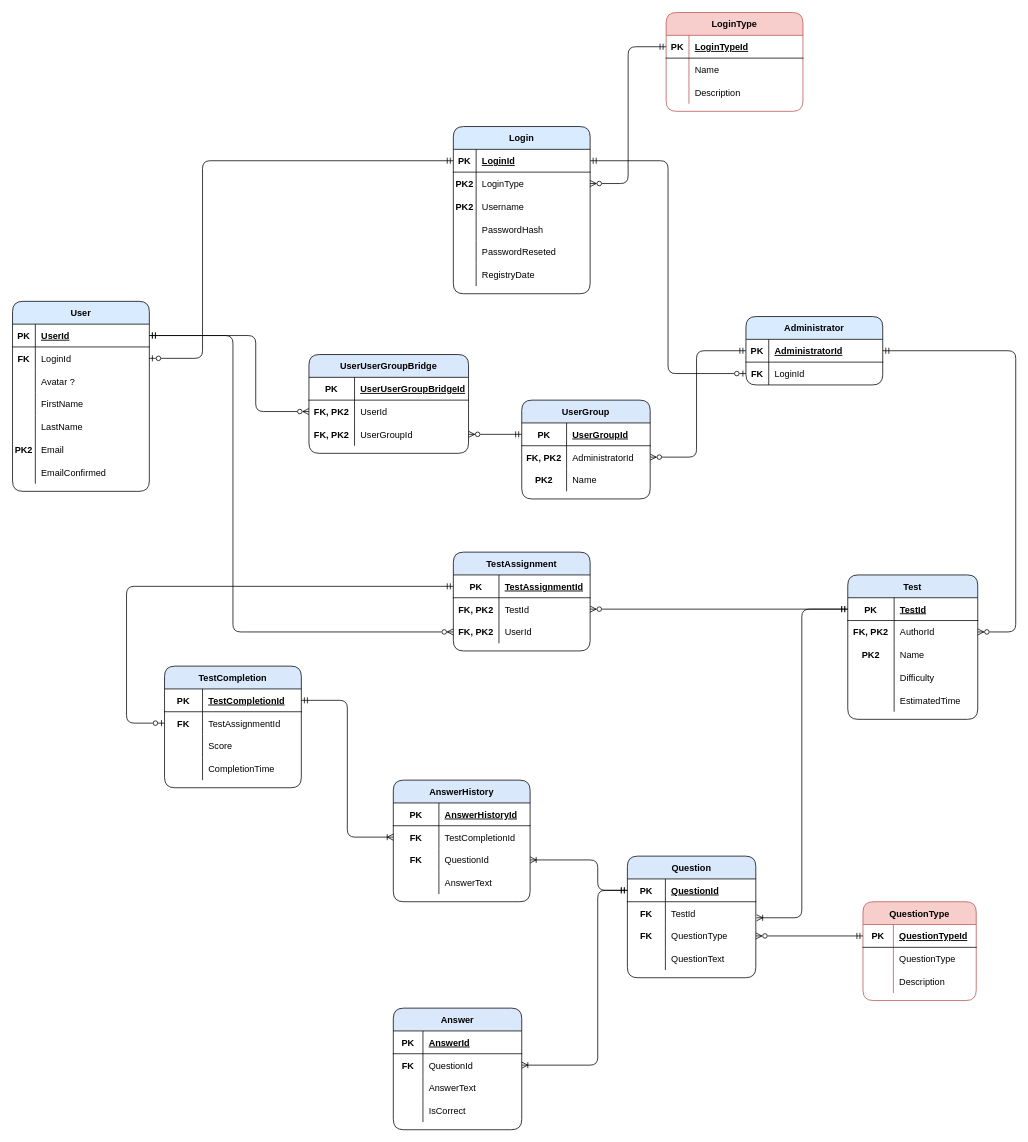
Earlier version of the draw.io diagram Diagrams/TestPointERD.drawio (denleo/TestPoint). Source tidied: cells renumbered, new cells numbered last; positions are measured from the earlier drawing's top-left corner, leaving out a move shared by most shapes. Both pictures are drawn from the tidied source at 76%, with x=0, y=0 at pixel (12, 12).
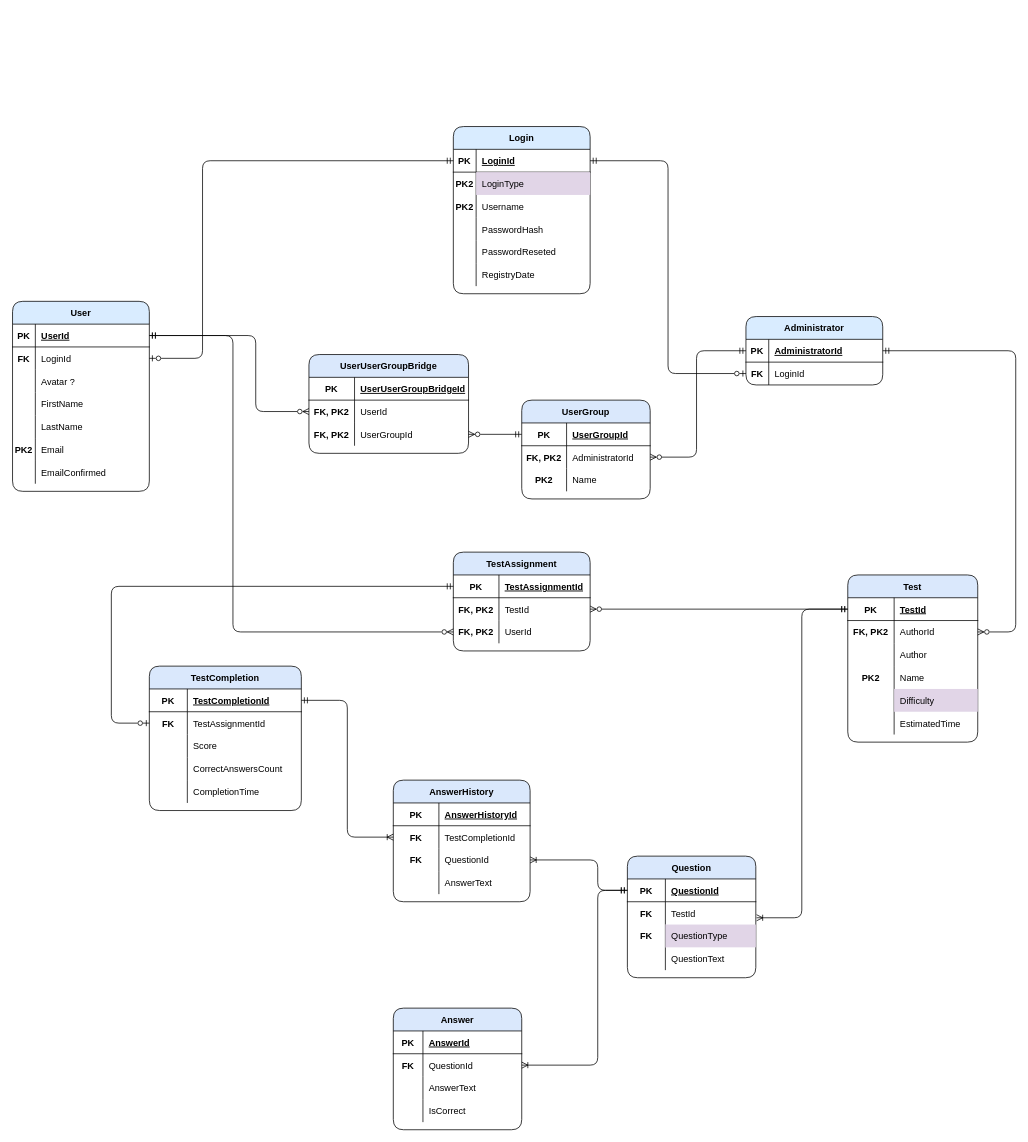
The same page after the edit.

The change refers to these unchanged cells:
```xml
<mxCell id="6" style="shape=tableRow;horizontal=0;startSize=0;swimlaneHead=0;swimlaneBody=0;fillColor=none;points=[[0,0.5],[1,0.5]];portConstraint=eastwest;top=0;left=0;right=0;bottom=0;" parent="2" vertex="1">
  <mxGeometry y="60" width="180" height="30" as="geometry" />
</mxCell>
<mxCell id="110" style="shape=tableRow;horizontal=0;startSize=0;swimlaneHead=0;swimlaneBody=0;fillColor=none;points=[[0,0.5],[1,0.5]];portConstraint=eastwest;top=0;left=0;right=0;bottom=0;" parent="103" vertex="1">
  <mxGeometry y="90" width="169" height="30" as="geometry" />
</mxCell>
<mxCell id="143" style="shape=tableRow;horizontal=0;startSize=0;swimlaneHead=0;swimlaneBody=0;fillColor=none;points=[[0,0.5],[1,0.5]];portConstraint=eastwest;top=0;left=0;right=0;bottom=1;" parent="142" vertex="1">
  <mxGeometry y="30" width="180" height="30" as="geometry" />
</mxCell>
```

What changed in the source:
```diff
@@
-    <mxCell id="8" value="LoginType" style="shape=partialRectangle;fillColor=none;top=0;left=0;bottom=0;right=0;align=left;spacingLeft=6;overflow=hidden;" parent="6" vertex="1">
+    <mxCell id="8" value="LoginType" style="shape=partialRectangle;fillColor=#e1d5e7;top=0;left=0;bottom=0;right=0;align=left;spacingLeft=6;overflow=hidden;strokeColor=#9673a6;" parent="6" vertex="1">
       <mxGeometry x="30" width="150" height="30" as="geometry" />
     </mxCell>
@@
-    <mxCell id="75" value="LoginType" style="shape=table;startSize=30;childLayout=tableLayout;rowLines=0;fontStyle=1;align=center;fillStyle=solid;fillColor=#f8cecc;rounded=1;strokeColor=#b85450;" parent="1" vertex="1">
-      <mxGeometry x="860" width="180" height="130" as="geometry" />
-    </mxCell>
-    <mxCell id="76" style="shape=tableRow;horizontal=0;startSize=0;swimlaneHead=0;swimlaneBody=0;fillColor=none;points=[[0,0.5],[1,0.5]];portConstraint=eastwest;top=0;left=0;right=0;bottom=1;" parent="75" vertex="1">
-      <mxGeometry y="30" width="180" height="30" as="geometry" />
-    </mxCell>
-    <mxCell id="77" value="PK" style="shape=partialRectangle;fillColor=none;top=0;left=0;bottom=0;right=0;fontStyle=1;overflow=hidden;" parent="76" vertex="1">
-      <mxGeometry width="30" height="30" as="geometry" />
-    </mxCell>
-    <mxCell id="78" value="LoginTypeId" style="shape=partialRectangle;fillColor=none;top=0;left=0;bottom=0;right=0;align=left;spacingLeft=6;fontStyle=5;overflow=hidden;" parent="76" vertex="1">
-      <mxGeometry x="30" width="150" height="30" as="geometry" />
-    </mxCell>
-    <mxCell id="79" style="shape=tableRow;horizontal=0;startSize=0;swimlaneHead=0;swimlaneBody=0;fillColor=none;top=0;left=0;right=0;bottom=0;" parent="75" vertex="1">
-      <mxGeometry y="60" width="180" height="30" as="geometry" />
-    </mxCell>
-    <mxCell id="80" style="shape=partialRectangle;fillColor=none;top=0;left=0;bottom=0;right=0;overflow=hidden;fontStyle=1;" parent="79" vertex="1">
-      <mxGeometry width="30" height="30" as="geometry" />
-    </mxCell>
-    <mxCell id="81" value="Name" style="shape=partialRectangle;fillColor=none;top=0;left=0;bottom=0;right=0;align=left;spacingLeft=6;overflow=hidden;" parent="79" vertex="1">
-      <mxGeometry x="30" width="150" height="30" as="geometry" />
-    </mxCell>
-    <mxCell id="82" style="shape=tableRow;horizontal=0;startSize=0;swimlaneHead=0;swimlaneBody=0;fillColor=none;top=0;left=0;right=0;bottom=0;" parent="75" vertex="1">
-      <mxGeometry y="90" width="180" height="30" as="geometry" />
-    </mxCell>
-    <mxCell id="83" style="shape=partialRectangle;fillColor=none;top=0;left=0;bottom=0;right=0;overflow=hidden;fontStyle=1;" parent="82" vertex="1">
-      <mxGeometry width="30" height="30" as="geometry" />
-    </mxCell>
-    <mxCell id="84" value="Description" style="shape=partialRectangle;fillColor=none;top=0;left=0;bottom=0;right=0;align=left;spacingLeft=6;overflow=hidden;" parent="82" vertex="1">
-      <mxGeometry x="30" width="150" height="30" as="geometry" />
-    </mxCell>
-    <mxCell id="85" style="edgeStyle=orthogonalEdgeStyle;fontSize=12;html=1;endArrow=ERmandOne;startArrow=ERzeroToMany;rounded=1;exitX=1;exitY=0.5;exitDx=0;exitDy=0;entryX=0;entryY=0.5;entryDx=0;entryDy=0;elbow=vertical;endFill=0;startFill=0;" parent="1" edge="1" source="6" target="76">
-      <mxGeometry relative="1" as="geometry" />
-    </mxCell>
     <mxCell id="86" value="Test" style="shape=table;startSize=30;childLayout=tableLayout;rowLines=0;fontStyle=1;align=center;fillStyle=solid;fillColor=#dae8fc;rounded=1;strokeColor=#000000;" parent="1" vertex="1">
-      <mxGeometry x="1099" y="740" width="171" height="190" as="geometry" />
+      <mxGeometry x="1099" y="740" width="171" height="220" as="geometry" />
     </mxCell>
@@
+    <mxCell id="183" style="shape=tableRow;horizontal=0;startSize=0;swimlaneHead=0;swimlaneBody=0;fillColor=none;top=0;left=0;right=0;bottom=0;" parent="86" vertex="1">
+      <mxGeometry y="90" width="171" height="30" as="geometry" />
+    </mxCell>
+    <mxCell id="184" style="shape=partialRectangle;fillColor=none;top=0;left=0;bottom=0;right=0;overflow=hidden;fontStyle=1;" parent="183" vertex="1">
+      <mxGeometry width="61" height="30" as="geometry" />
+    </mxCell>
+    <mxCell id="185" value="Author" style="shape=partialRectangle;fillColor=none;top=0;left=0;bottom=0;right=0;align=left;spacingLeft=6;overflow=hidden;" parent="183" vertex="1">
+      <mxGeometry x="61" width="110" height="30" as="geometry" />
+    </mxCell>
     <mxCell id="93" style="shape=tableRow;horizontal=0;startSize=0;swimlaneHead=0;swimlaneBody=0;fillColor=none;top=0;left=0;right=0;bottom=0;" parent="86" vertex="1">
-      <mxGeometry y="90" width="171" height="30" as="geometry" />
+      <mxGeometry y="120" width="171" height="30" as="geometry" />
     </mxCell>
@@
     <mxCell id="96" style="shape=tableRow;horizontal=0;startSize=0;swimlaneHead=0;swimlaneBody=0;fillColor=none;top=0;left=0;right=0;bottom=0;" parent="86" vertex="1">
-      <mxGeometry y="120" width="171" height="30" as="geometry" />
+      <mxGeometry y="150" width="171" height="30" as="geometry" />
     </mxCell>
@@
-    <mxCell id="98" value="Difficulty" style="shape=partialRectangle;fillColor=none;top=0;left=0;bottom=0;right=0;align=left;spacingLeft=6;overflow=hidden;" parent="96" vertex="1">
+    <mxCell id="98" value="Difficulty" style="shape=partialRectangle;fillColor=#e1d5e7;top=0;left=0;bottom=0;right=0;align=left;spacingLeft=6;overflow=hidden;strokeColor=#9673a6;" parent="96" vertex="1">
       <mxGeometry x="61" width="110" height="30" as="geometry" />
     </mxCell>
     <mxCell id="99" style="shape=tableRow;horizontal=0;startSize=0;swimlaneHead=0;swimlaneBody=0;fillColor=none;top=0;left=0;right=0;bottom=0;" parent="86" vertex="1">
-      <mxGeometry y="150" width="171" height="30" as="geometry" />
+      <mxGeometry y="180" width="171" height="30" as="geometry" />
     </mxCell>
@@
-    <mxCell id="112" value="QuestionType" style="shape=partialRectangle;fillColor=none;top=0;left=0;bottom=0;right=0;align=left;spacingLeft=6;overflow=hidden;" parent="110" vertex="1">
+    <mxCell id="112" value="QuestionType" style="shape=partialRectangle;fillColor=#e1d5e7;top=0;left=0;bottom=0;right=0;align=left;spacingLeft=6;overflow=hidden;strokeColor=#9673a6;" parent="110" vertex="1">
       <mxGeometry x="50" width="119" height="30" as="geometry" />
     </mxCell>
@@
-    <mxCell id="117" value="QuestionType" style="shape=table;startSize=30;childLayout=tableLayout;rowLines=0;fontStyle=1;align=center;fillStyle=solid;fillColor=#f8cecc;rounded=1;strokeColor=#b85450;" parent="1" vertex="1">
-      <mxGeometry x="1119" y="1170" width="149" height="130" as="geometry" />
-    </mxCell>
-    <mxCell id="118" style="shape=tableRow;horizontal=0;startSize=0;swimlaneHead=0;swimlaneBody=0;fillColor=none;points=[[0,0.5],[1,0.5]];portConstraint=eastwest;top=0;left=0;right=0;bottom=1;" parent="117" vertex="1">
-      <mxGeometry y="30" width="149" height="30" as="geometry" />
-    </mxCell>
-    <mxCell id="119" value="PK" style="shape=partialRectangle;fillColor=none;top=0;left=0;bottom=0;right=0;fontStyle=1;overflow=hidden;" parent="118" vertex="1">
-      <mxGeometry width="40" height="30" as="geometry" />
-    </mxCell>
-    <mxCell id="120" value="QuestionTypeId" style="shape=partialRectangle;fillColor=none;top=0;left=0;bottom=0;right=0;align=left;spacingLeft=6;fontStyle=5;overflow=hidden;" parent="118" vertex="1">
-      <mxGeometry x="40" width="109" height="30" as="geometry" />
-    </mxCell>
-    <mxCell id="121" style="shape=tableRow;horizontal=0;startSize=0;swimlaneHead=0;swimlaneBody=0;fillColor=none;top=0;left=0;right=0;bottom=0;" parent="117" vertex="1">
-      <mxGeometry y="60" width="149" height="30" as="geometry" />
-    </mxCell>
-    <mxCell id="122" style="shape=partialRectangle;fillColor=none;top=0;left=0;bottom=0;right=0;overflow=hidden;fontStyle=1;" parent="121" vertex="1">
-      <mxGeometry width="40" height="30" as="geometry" />
-    </mxCell>
-    <mxCell id="123" value="QuestionType" style="shape=partialRectangle;fillColor=none;top=0;left=0;bottom=0;right=0;align=left;spacingLeft=6;overflow=hidden;" parent="121" vertex="1">
-      <mxGeometry x="40" width="109" height="30" as="geometry" />
-    </mxCell>
-    <mxCell id="124" style="shape=tableRow;horizontal=0;startSize=0;swimlaneHead=0;swimlaneBody=0;fillColor=none;top=0;left=0;right=0;bottom=0;" parent="117" vertex="1">
-      <mxGeometry y="90" width="149" height="30" as="geometry" />
-    </mxCell>
-    <mxCell id="125" style="shape=partialRectangle;fillColor=none;top=0;left=0;bottom=0;right=0;overflow=hidden;fontStyle=1;" parent="124" vertex="1">
-      <mxGeometry width="40" height="30" as="geometry" />
-    </mxCell>
-    <mxCell id="126" value="Description" style="shape=partialRectangle;fillColor=none;top=0;left=0;bottom=0;right=0;align=left;spacingLeft=6;overflow=hidden;" parent="124" vertex="1">
-      <mxGeometry x="40" width="109" height="30" as="geometry" />
-    </mxCell>
-    <mxCell id="127" style="edgeStyle=orthogonalEdgeStyle;rounded=0;jettySize=auto;html=1;entryX=0;entryY=0.5;entryDx=0;entryDy=0;startArrow=ERzeroToMany;startFill=0;endArrow=ERmandOne;endFill=0;" parent="1" edge="1" source="110" target="118">
-      <mxGeometry relative="1" as="geometry" />
-    </mxCell>
@@
     <mxCell id="154" value="TestCompletion" style="shape=table;startSize=30;childLayout=tableLayout;rowLines=0;fontStyle=1;align=center;fillStyle=solid;fillColor=#dae8fc;rounded=1;strokeColor=#000000;" parent="1" vertex="1">
-      <mxGeometry x="200" y="860" width="180" height="160" as="geometry" />
+      <mxGeometry x="180" y="860" width="200" height="190" as="geometry" />
     </mxCell>
     <mxCell id="155" style="shape=tableRow;horizontal=0;startSize=0;swimlaneHead=0;swimlaneBody=0;fillColor=none;points=[[0,0.5],[1,0.5]];portConstraint=eastwest;top=0;left=0;right=0;bottom=1;" parent="154" vertex="1">
-      <mxGeometry y="30" width="180" height="30" as="geometry" />
+      <mxGeometry y="30" width="200" height="30" as="geometry" />
     </mxCell>
@@
     <mxCell id="157" value="TestCompletionId" style="shape=partialRectangle;fillColor=none;top=0;left=0;bottom=0;right=0;align=left;spacingLeft=6;fontStyle=5;overflow=hidden;" parent="155" vertex="1">
-      <mxGeometry x="50" width="130" height="30" as="geometry" />
+      <mxGeometry x="50" width="150" height="30" as="geometry" />
     </mxCell>
     <mxCell id="158" style="shape=tableRow;horizontal=0;startSize=0;swimlaneHead=0;swimlaneBody=0;fillColor=none;points=[[0,0.5],[1,0.5]];portConstraint=eastwest;top=0;left=0;right=0;bottom=0;" parent="154" vertex="1">
-      <mxGeometry y="60" width="180" height="30" as="geometry" />
+      <mxGeometry y="60" width="200" height="30" as="geometry" />
     </mxCell>
@@
     <mxCell id="160" value="TestAssignmentId" style="shape=partialRectangle;fillColor=none;top=0;left=0;bottom=0;right=0;align=left;spacingLeft=6;overflow=hidden;" parent="158" vertex="1">
-      <mxGeometry x="50" width="130" height="30" as="geometry" />
+      <mxGeometry x="50" width="150" height="30" as="geometry" />
     </mxCell>
     <mxCell id="161" style="shape=tableRow;horizontal=0;startSize=0;swimlaneHead=0;swimlaneBody=0;fillColor=none;top=0;left=0;right=0;bottom=0;" parent="154" vertex="1">
-      <mxGeometry y="90" width="180" height="30" as="geometry" />
+      <mxGeometry y="90" width="200" height="30" as="geometry" />
     </mxCell>
@@
     <mxCell id="163" value="Score" style="shape=partialRectangle;fillColor=none;top=0;left=0;bottom=0;right=0;align=left;spacingLeft=6;overflow=hidden;" parent="161" vertex="1">
-      <mxGeometry x="50" width="130" height="30" as="geometry" />
+      <mxGeometry x="50" width="150" height="30" as="geometry" />
     </mxCell>
+    <mxCell id="186" style="shape=tableRow;horizontal=0;startSize=0;swimlaneHead=0;swimlaneBody=0;fillColor=none;top=0;left=0;right=0;bottom=0;" parent="154" vertex="1">
+      <mxGeometry y="120" width="200" height="30" as="geometry" />
+    </mxCell>
+    <mxCell id="187" style="shape=partialRectangle;fillColor=none;top=0;left=0;bottom=0;right=0;overflow=hidden;fontStyle=1;" parent="186" vertex="1">
+      <mxGeometry width="50" height="30" as="geometry" />
+    </mxCell>
+    <mxCell id="188" value="CorrectAnswersCount" style="shape=partialRectangle;fillColor=none;top=0;left=0;bottom=0;right=0;align=left;spacingLeft=6;overflow=hidden;" parent="186" vertex="1">
+      <mxGeometry x="50" width="150" height="30" as="geometry" />
+    </mxCell>
     <mxCell id="164" style="shape=tableRow;horizontal=0;startSize=0;swimlaneHead=0;swimlaneBody=0;fillColor=none;top=0;left=0;right=0;bottom=0;" parent="154" vertex="1">
-      <mxGeometry y="120" width="180" height="30" as="geometry" />
+      <mxGeometry y="150" width="200" height="30" as="geometry" />
     </mxCell>
@@
     <mxCell id="166" value="CompletionTime" style="shape=partialRectangle;fillColor=none;top=0;left=0;bottom=0;right=0;align=left;spacingLeft=6;overflow=hidden;" parent="164" vertex="1">
-      <mxGeometry x="50" width="130" height="30" as="geometry" />
+      <mxGeometry x="50" width="150" height="30" as="geometry" />
     </mxCell>
     <mxCell id="167" style="edgeStyle=orthogonalEdgeStyle;jettySize=auto;html=1;entryX=0;entryY=0.5;entryDx=0;entryDy=0;exitX=0;exitY=0.5;exitDx=0;exitDy=0;startArrow=ERzeroToOne;startFill=0;endArrow=ERmandOne;endFill=0;rounded=1;" parent="1" edge="1" source="158" target="143">
       <mxGeometry relative="1" as="geometry">
         <Array as="points">
-          <mxPoint x="150" y="935" />
-          <mxPoint x="150" y="755" />
+          <mxPoint x="130" y="935" />
+          <mxPoint x="130" y="755" />
         </Array>
       </mxGeometry>
     </mxCell>
```
